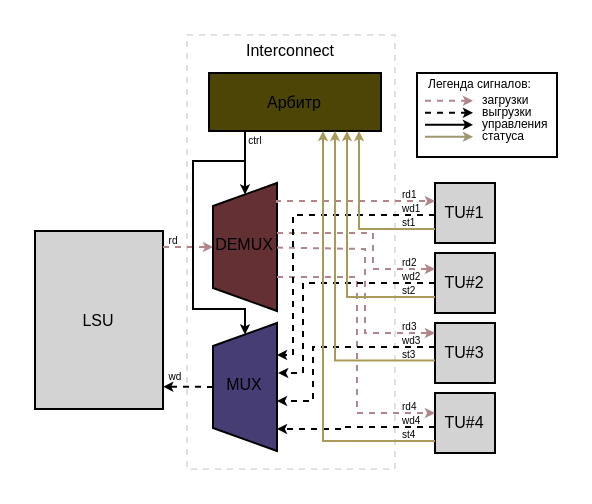
Earlier version of the draw.io diagram docs/starukhin_dissertation/images/svg/interconnect.drawio (HaMeNopeDiot/hardware_gpu). Source tidied: cells renumbered, new cells numbered last; positions are measured from the earlier drawing's top-left corner, leaving out a move shared by most shapes. Both pictures are drawn from the tidied source at 200%, with x=0, y=0 at pixel (34, 34).
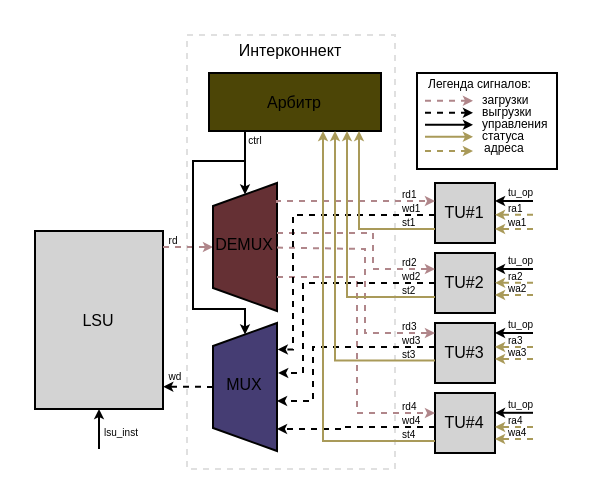
The same page after the edit.

The change refers to these unchanged cells:
```xml
<mxCell id="4" value="LSU" style="rounded=0;whiteSpace=wrap;html=1;fillColor=light-dark(#D3D3D3,#D3D3D3);fontSize=8;strokeColor=light-dark(#000000,#000000);fontColor=light-dark(#000000,#000000);" parent="1" vertex="1">
  <mxGeometry y="98" width="64" height="89" as="geometry" />
</mxCell>
<mxCell id="5" value="TU#1" style="rounded=0;whiteSpace=wrap;html=1;fillColor=light-dark(#D3D3D3,#D3D3D3);fontSize=8;strokeColor=light-dark(#000000,#000000);fontColor=light-dark(#000000,#000000);" parent="1" vertex="1">
  <mxGeometry x="200" y="74" width="30" height="30" as="geometry" />
</mxCell>
<mxCell id="7" style="shape=trapezoid;perimeter=trapezoidPerimeter;whiteSpace=wrap;html=1;fixedSize=1;rotation=-90;size=11.499999999999886;fillColor=light-dark(#453D73,#C9C0FF);fontColor=light-dark(#000000,#000000);strokeColor=light-dark(#000000,#000000);" parent="1" vertex="1">
  <mxGeometry x="73" y="160" width="64" height="32" as="geometry" />
</mxCell>
```

Diff of the diagram source:
```diff
@@
-    <mxCell id="2" value="Interconnect" style="rounded=0;whiteSpace=wrap;html=1;fontColor=light-dark(#000000,#000000);fillColor=none;strokeColor=light-dark(#E0E0E0,#E0E0E0);labelPosition=center;verticalLabelPosition=top;align=center;verticalAlign=bottom;fontSize=8;spacing=-14;dashed=1;" parent="1" vertex="1">
+    <mxCell id="2" value="Интерконнект" style="rounded=0;whiteSpace=wrap;html=1;fontColor=light-dark(#000000,#000000);fillColor=none;strokeColor=light-dark(#E0E0E0,#E0E0E0);labelPosition=center;verticalLabelPosition=top;align=center;verticalAlign=bottom;fontSize=8;spacing=-14;dashed=1;" parent="1" vertex="1">
       <mxGeometry x="76" width="104" height="217" as="geometry" />
     </mxCell>
     <mxCell id="3" style="rounded=0;whiteSpace=wrap;html=1;fontColor=light-dark(#000000,#000000);strokeColor=light-dark(#000000,#000000);fillColor=light-dark(#FFFFFF,#FFFFFF);" parent="1" vertex="1">
-      <mxGeometry x="191" y="19" width="70" height="42" as="geometry" />
+      <mxGeometry x="191" y="19" width="70" height="48" as="geometry" />
     </mxCell>
@@
-    <mxCell id="20" style="edgeStyle=orthogonalEdgeStyle;rounded=0;jettySize=auto;html=1;spacing=0;endSize=2;entryX=0.75;entryY=1;entryDx=0;entryDy=0;strokeColor=light-dark(#000000,#000000);dashed=1;startSize=6;strokeWidth=1;labelBackgroundColor=none;fontColor=light-dark(#000000,#000000);fontSize=5;labelPosition=center;verticalLabelPosition=top;align=left;verticalAlign=bottom;" parent="1" edge="1" source="5" target="7">
+    <mxCell id="20" style="edgeStyle=orthogonalEdgeStyle;rounded=0;jettySize=auto;html=1;spacing=0;endSize=2;entryX=0.793;entryY=1.012;entryDx=0;entryDy=0;strokeColor=light-dark(#000000,#000000);dashed=1;startSize=6;strokeWidth=1;labelBackgroundColor=none;fontColor=light-dark(#000000,#000000);fontSize=5;labelPosition=center;verticalLabelPosition=top;align=left;verticalAlign=bottom;entryPerimeter=0;" parent="1" edge="1" source="5" target="7">
       <mxGeometry x="-0.83" relative="1" as="geometry">
         <Array as="points">
           <mxPoint x="129" y="90" />
-          <mxPoint x="129" y="160" />
+          <mxPoint x="129" y="157" />
+          <mxPoint x="121" y="157" />
         </Array>
       </mxGeometry>
     </mxCell>
@@
-    <mxCell id="29" style="edgeStyle=orthogonalEdgeStyle;rounded=0;orthogonalLoop=1;jettySize=auto;html=1;spacing=2;endSize=2;entryX=-0.007;entryY=0.321;entryDx=0;entryDy=0;entryPerimeter=0;strokeColor=light-dark(#9F9772,#70663B);" parent="1" edge="1">
-      <mxGeometry relative="1" as="geometry">
-        <mxPoint x="195" y="50.9" as="sourcePoint" />
-        <mxPoint x="219" y="50.9" as="targetPoint" />
-      </mxGeometry>
-    </mxCell>
@@
+    <mxCell id="51" style="rounded=0;orthogonalLoop=1;jettySize=auto;html=1;spacing=0;endSize=2;strokeColor=light-dark(#A99A59,#A99A59);labelBackgroundColor=none;fontColor=light-dark(#000000,#000000);fontSize=5;labelPosition=center;verticalLabelPosition=top;align=left;verticalAlign=bottom;entryX=1;entryY=0.5;entryDx=0;entryDy=0;dashed=1;" parent="1" edge="1">
+      <mxGeometry x="-0.69" relative="1" as="geometry">
+        <mxPoint x="249" y="89.9" as="sourcePoint" />
+        <mxPoint x="230" y="89.9" as="targetPoint" />
+      </mxGeometry>
+    </mxCell>
+    <mxCell id="52" value="ra1" style="text;html=1;whiteSpace=wrap;strokeColor=none;fillColor=none;align=left;verticalAlign=middle;rounded=0;fontSize=5;fontColor=light-dark(#000000,#000000);" parent="1" vertex="1">
+      <mxGeometry x="235" y="83" width="16.5" height="6" as="geometry" />
+    </mxCell>
+    <mxCell id="53" style="rounded=0;orthogonalLoop=1;jettySize=auto;html=1;spacing=0;endSize=2;strokeColor=light-dark(#A99A59,#A99A59);labelBackgroundColor=none;fontColor=light-dark(#000000,#000000);fontSize=5;labelPosition=center;verticalLabelPosition=top;align=left;verticalAlign=bottom;entryX=1;entryY=0.5;entryDx=0;entryDy=0;dashed=1;" parent="1" edge="1">
+      <mxGeometry x="-0.69" relative="1" as="geometry">
+        <mxPoint x="195" y="58" as="sourcePoint" />
+        <mxPoint x="219" y="58" as="targetPoint" />
+      </mxGeometry>
+    </mxCell>
+    <mxCell id="54" style="rounded=0;orthogonalLoop=1;jettySize=auto;html=1;spacing=0;endSize=2;strokeColor=light-dark(#A99A59,#A99A59);labelBackgroundColor=none;fontColor=light-dark(#000000,#000000);fontSize=5;labelPosition=center;verticalLabelPosition=top;align=left;verticalAlign=bottom;entryX=1;entryY=0.5;entryDx=0;entryDy=0;" parent="1" edge="1">
+      <mxGeometry x="-0.69" relative="1" as="geometry">
+        <mxPoint x="195" y="50.9" as="sourcePoint" />
+        <mxPoint x="219" y="50.9" as="targetPoint" />
+      </mxGeometry>
+    </mxCell>
+    <mxCell id="55" value="адреса" style="text;html=1;whiteSpace=wrap;strokeColor=none;fillColor=none;align=left;verticalAlign=middle;rounded=0;fontSize=6;fontColor=light-dark(#000000,#000000);" parent="1" vertex="1">
+      <mxGeometry x="223" y="54" width="37" height="6" as="geometry" />
+    </mxCell>
+    <mxCell id="56" style="rounded=0;orthogonalLoop=1;jettySize=auto;html=1;spacing=0;endSize=2;strokeColor=light-dark(#A99A59,#A99A59);labelBackgroundColor=none;fontColor=light-dark(#000000,#000000);fontSize=5;labelPosition=center;verticalLabelPosition=top;align=left;verticalAlign=bottom;entryX=1;entryY=0.5;entryDx=0;entryDy=0;dashed=1;" parent="1" edge="1">
+      <mxGeometry x="-0.69" relative="1" as="geometry">
+        <mxPoint x="249" y="97" as="sourcePoint" />
+        <mxPoint x="230" y="97" as="targetPoint" />
+      </mxGeometry>
+    </mxCell>
+    <mxCell id="57" value="wa1" style="text;html=1;whiteSpace=wrap;strokeColor=none;fillColor=none;align=left;verticalAlign=middle;rounded=0;fontSize=5;fontColor=light-dark(#000000,#000000);" parent="1" vertex="1">
+      <mxGeometry x="235" y="90" width="16.5" height="6" as="geometry" />
+    </mxCell>
+    <mxCell id="58" style="rounded=0;orthogonalLoop=1;jettySize=auto;html=1;spacing=0;endSize=2;strokeColor=light-dark(#A99A59,#A99A59);labelBackgroundColor=none;fontColor=light-dark(#000000,#000000);fontSize=5;labelPosition=center;verticalLabelPosition=top;align=left;verticalAlign=bottom;entryX=1;entryY=0.5;entryDx=0;entryDy=0;dashed=1;" parent="1" edge="1">
+      <mxGeometry x="-0.69" relative="1" as="geometry">
+        <mxPoint x="249" y="123.9" as="sourcePoint" />
+        <mxPoint x="230" y="123.9" as="targetPoint" />
+      </mxGeometry>
+    </mxCell>
+    <mxCell id="59" value="ra2" style="text;html=1;whiteSpace=wrap;strokeColor=none;fillColor=none;align=left;verticalAlign=middle;rounded=0;fontSize=5;fontColor=light-dark(#000000,#000000);" parent="1" vertex="1">
+      <mxGeometry x="235" y="117" width="16.5" height="6" as="geometry" />
+    </mxCell>
+    <mxCell id="60" style="rounded=0;orthogonalLoop=1;jettySize=auto;html=1;spacing=0;endSize=2;strokeColor=light-dark(#A99A59,#A99A59);labelBackgroundColor=none;fontColor=light-dark(#000000,#000000);fontSize=5;labelPosition=center;verticalLabelPosition=top;align=left;verticalAlign=bottom;entryX=1;entryY=0.5;entryDx=0;entryDy=0;dashed=1;" parent="1" edge="1">
+      <mxGeometry x="-0.69" relative="1" as="geometry">
+        <mxPoint x="249" y="130" as="sourcePoint" />
+        <mxPoint x="230" y="130" as="targetPoint" />
+      </mxGeometry>
+    </mxCell>
+    <mxCell id="61" value="wa2" style="text;html=1;whiteSpace=wrap;strokeColor=none;fillColor=none;align=left;verticalAlign=middle;rounded=0;fontSize=5;fontColor=light-dark(#000000,#000000);" parent="1" vertex="1">
+      <mxGeometry x="235" y="123" width="16.5" height="6" as="geometry" />
+    </mxCell>
+    <mxCell id="62" style="rounded=0;orthogonalLoop=1;jettySize=auto;html=1;spacing=0;endSize=2;strokeColor=light-dark(#A99A59,#A99A59);labelBackgroundColor=none;fontColor=light-dark(#000000,#000000);fontSize=5;labelPosition=center;verticalLabelPosition=top;align=left;verticalAlign=bottom;entryX=1;entryY=0.5;entryDx=0;entryDy=0;dashed=1;" parent="1" edge="1">
+      <mxGeometry x="-0.69" relative="1" as="geometry">
+        <mxPoint x="249" y="156" as="sourcePoint" />
+        <mxPoint x="230" y="156" as="targetPoint" />
+      </mxGeometry>
+    </mxCell>
+    <mxCell id="63" value="ra3" style="text;html=1;whiteSpace=wrap;strokeColor=none;fillColor=none;align=left;verticalAlign=middle;rounded=0;fontSize=5;fontColor=light-dark(#000000,#000000);" parent="1" vertex="1">
+      <mxGeometry x="235" y="148.9" width="16.5" height="6" as="geometry" />
+    </mxCell>
+    <mxCell id="64" style="rounded=0;orthogonalLoop=1;jettySize=auto;html=1;spacing=0;endSize=2;strokeColor=light-dark(#A99A59,#A99A59);labelBackgroundColor=none;fontColor=light-dark(#000000,#000000);fontSize=5;labelPosition=center;verticalLabelPosition=top;align=left;verticalAlign=bottom;entryX=1;entryY=0.5;entryDx=0;entryDy=0;dashed=1;" parent="1" edge="1">
+      <mxGeometry x="-0.69" relative="1" as="geometry">
+        <mxPoint x="249" y="162" as="sourcePoint" />
+        <mxPoint x="230" y="162" as="targetPoint" />
+      </mxGeometry>
+    </mxCell>
+    <mxCell id="65" value="wa3" style="text;html=1;whiteSpace=wrap;strokeColor=none;fillColor=none;align=left;verticalAlign=middle;rounded=0;fontSize=5;fontColor=light-dark(#000000,#000000);" parent="1" vertex="1">
+      <mxGeometry x="235" y="154.9" width="16.5" height="6" as="geometry" />
+    </mxCell>
+    <mxCell id="66" style="rounded=0;orthogonalLoop=1;jettySize=auto;html=1;spacing=0;endSize=2;strokeColor=light-dark(#A99A59,#A99A59);labelBackgroundColor=none;fontColor=light-dark(#000000,#000000);fontSize=5;labelPosition=center;verticalLabelPosition=top;align=left;verticalAlign=bottom;entryX=1;entryY=0.5;entryDx=0;entryDy=0;dashed=1;" parent="1" edge="1">
+      <mxGeometry x="-0.69" relative="1" as="geometry">
+        <mxPoint x="249" y="196" as="sourcePoint" />
+        <mxPoint x="230" y="196" as="targetPoint" />
+      </mxGeometry>
+    </mxCell>
+    <mxCell id="67" value="ra4" style="text;html=1;whiteSpace=wrap;strokeColor=none;fillColor=none;align=left;verticalAlign=middle;rounded=0;fontSize=5;fontColor=light-dark(#000000,#000000);" parent="1" vertex="1">
+      <mxGeometry x="235" y="189" width="16.5" height="6" as="geometry" />
+    </mxCell>
+    <mxCell id="68" style="rounded=0;orthogonalLoop=1;jettySize=auto;html=1;spacing=0;endSize=2;strokeColor=light-dark(#A99A59,#A99A59);labelBackgroundColor=none;fontColor=light-dark(#000000,#000000);fontSize=5;labelPosition=center;verticalLabelPosition=top;align=left;verticalAlign=bottom;entryX=1;entryY=0.5;entryDx=0;entryDy=0;dashed=1;" parent="1" edge="1">
+      <mxGeometry x="-0.69" relative="1" as="geometry">
+        <mxPoint x="249" y="202" as="sourcePoint" />
+        <mxPoint x="230" y="202" as="targetPoint" />
+      </mxGeometry>
+    </mxCell>
+    <mxCell id="69" value="wa4" style="text;html=1;whiteSpace=wrap;strokeColor=none;fillColor=none;align=left;verticalAlign=middle;rounded=0;fontSize=5;fontColor=light-dark(#000000,#000000);" parent="1" vertex="1">
+      <mxGeometry x="235" y="195" width="16.5" height="6" as="geometry" />
+    </mxCell>
+    <mxCell id="70" style="edgeStyle=orthogonalEdgeStyle;rounded=0;jettySize=auto;html=1;spacing=2;endSize=2;entryX=0.5;entryY=1;entryDx=0;entryDy=0;strokeColor=light-dark(#000000,#000000);fontColor=light-dark(#000000,#000000);" parent="1" edge="1" target="4">
+      <mxGeometry relative="1" as="geometry">
+        <mxPoint x="32" y="207" as="sourcePoint" />
+      </mxGeometry>
+    </mxCell>
+    <mxCell id="71" value="lsu_inst" style="text;html=1;whiteSpace=wrap;strokeColor=none;fillColor=none;align=left;verticalAlign=middle;rounded=0;fontSize=5;fontColor=light-dark(#000000,#000000);" parent="1" vertex="1">
+      <mxGeometry x="33" y="195" width="21" height="6" as="geometry" />
+    </mxCell>
+    <mxCell id="72" style="rounded=0;orthogonalLoop=1;jettySize=auto;html=1;spacing=0;endSize=2;strokeColor=light-dark(#000000,#000000);labelBackgroundColor=none;fontColor=light-dark(#000000,#000000);fontSize=5;labelPosition=center;verticalLabelPosition=top;align=left;verticalAlign=bottom;entryX=1;entryY=0.5;entryDx=0;entryDy=0;" parent="1" edge="1">
+      <mxGeometry x="-0.69" relative="1" as="geometry">
+        <mxPoint x="249" y="188.9" as="sourcePoint" />
+        <mxPoint x="230" y="188.9" as="targetPoint" />
+      </mxGeometry>
+    </mxCell>
+    <mxCell id="73" style="rounded=0;orthogonalLoop=1;jettySize=auto;html=1;spacing=0;endSize=2;strokeColor=light-dark(#000000,#000000);labelBackgroundColor=none;fontColor=light-dark(#000000,#000000);fontSize=5;labelPosition=center;verticalLabelPosition=top;align=left;verticalAlign=bottom;entryX=1;entryY=0.5;entryDx=0;entryDy=0;" parent="1" edge="1">
+      <mxGeometry x="-0.69" relative="1" as="geometry">
+        <mxPoint x="249" y="149" as="sourcePoint" />
+        <mxPoint x="230" y="149" as="targetPoint" />
+      </mxGeometry>
+    </mxCell>
+    <mxCell id="74" style="rounded=0;orthogonalLoop=1;jettySize=auto;html=1;spacing=0;endSize=2;strokeColor=light-dark(#000000,#000000);labelBackgroundColor=none;fontColor=light-dark(#000000,#000000);fontSize=5;labelPosition=center;verticalLabelPosition=top;align=left;verticalAlign=bottom;entryX=1;entryY=0.5;entryDx=0;entryDy=0;" parent="1" edge="1">
+      <mxGeometry x="-0.69" relative="1" as="geometry">
+        <mxPoint x="249" y="117" as="sourcePoint" />
+        <mxPoint x="230" y="117" as="targetPoint" />
+      </mxGeometry>
+    </mxCell>
+    <mxCell id="75" style="rounded=0;orthogonalLoop=1;jettySize=auto;html=1;spacing=0;endSize=2;strokeColor=light-dark(#000000,#000000);labelBackgroundColor=none;fontColor=light-dark(#000000,#000000);fontSize=5;labelPosition=center;verticalLabelPosition=top;align=left;verticalAlign=bottom;entryX=1;entryY=0.5;entryDx=0;entryDy=0;" parent="1" edge="1">
+      <mxGeometry x="-0.69" relative="1" as="geometry">
+        <mxPoint x="249" y="83" as="sourcePoint" />
+        <mxPoint x="230" y="83" as="targetPoint" />
+      </mxGeometry>
+    </mxCell>
+    <mxCell id="76" value="tu_op" style="text;html=1;whiteSpace=wrap;strokeColor=none;fillColor=none;align=left;verticalAlign=middle;rounded=0;fontSize=5;fontColor=light-dark(#000000,#000000);" parent="1" vertex="1">
+      <mxGeometry x="235" y="75" width="16.5" height="6" as="geometry" />
+    </mxCell>
+    <mxCell id="77" value="tu_op" style="text;html=1;whiteSpace=wrap;strokeColor=none;fillColor=none;align=left;verticalAlign=middle;rounded=0;fontSize=5;fontColor=light-dark(#000000,#000000);" parent="1" vertex="1">
+      <mxGeometry x="235" y="109" width="16.5" height="6" as="geometry" />
+    </mxCell>
+    <mxCell id="78" value="tu_op" style="text;html=1;whiteSpace=wrap;strokeColor=none;fillColor=none;align=left;verticalAlign=middle;rounded=0;fontSize=5;fontColor=light-dark(#000000,#000000);" parent="1" vertex="1">
+      <mxGeometry x="235" y="141" width="16.5" height="6" as="geometry" />
+    </mxCell>
+    <mxCell id="79" value="tu_op" style="text;html=1;whiteSpace=wrap;strokeColor=none;fillColor=none;align=left;verticalAlign=middle;rounded=0;fontSize=5;fontColor=light-dark(#000000,#000000);" parent="1" vertex="1">
+      <mxGeometry x="235" y="181" width="16.5" height="6" as="geometry" />
+    </mxCell>
```
